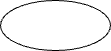
Earlier version of the draw.io export Ejercicios_while/Flujogramas/Flujograma Ejercicio2.drawio.png (juanjo-guerra/FDP_Tarea). Source tidied: cells renumbered, new cells last; positions are measured from the earlier drawing's top-left corner, leaving out a move shared by most shapes. Source of this version:
```xml
<mxGraphModel>
  <root>
    <mxCell id="0" />
    <mxCell id="1" parent="0" />
    <mxCell id="2" style="ellipse;whiteSpace=wrap;html=1;" parent="1" vertex="1">
      <mxGeometry width="110" height="50" as="geometry" />
    </mxCell>
  </root>
</mxGraphModel>
```
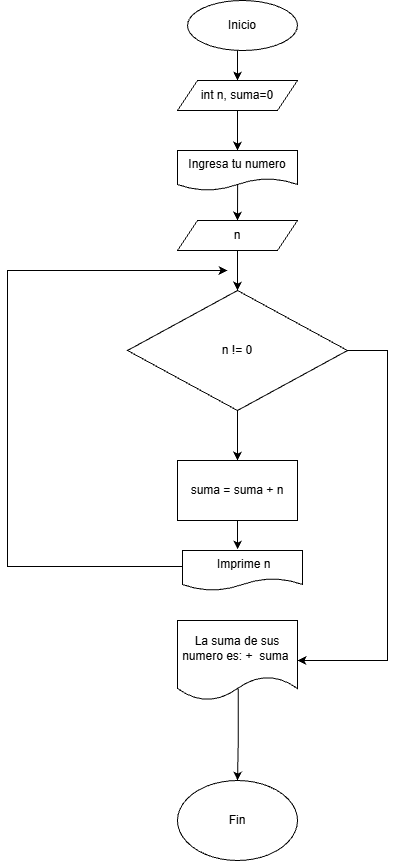
After the change.

Change to the diagram source:
```diff
@@ -2,8 +2,75 @@
   <root>
     <mxCell id="0" />
     <mxCell id="1" parent="0" />
+    <mxCell id="3" style="edgeStyle=orthogonalEdgeStyle;rounded=0;jettySize=auto;html=1;entryX=0.5;entryY=0;entryDx=0;entryDy=0;" parent="1" edge="1" source="2" target="5">
+      <mxGeometry relative="1" as="geometry">
+        <Array as="points">
+          <mxPoint x="50" y="60" />
+          <mxPoint x="50" y="60" />
+        </Array>
+      </mxGeometry>
+    </mxCell>
-    <mxCell id="2" style="ellipse;whiteSpace=wrap;html=1;" parent="1" vertex="1">
+    <mxCell id="2" value="Inicio" style="ellipse;whiteSpace=wrap;html=1;" parent="1" vertex="1">
       <mxGeometry width="110" height="50" as="geometry" />
     </mxCell>
+    <mxCell id="4" style="edgeStyle=orthogonalEdgeStyle;rounded=0;jettySize=auto;html=1;entryX=0.5;entryY=0;entryDx=0;entryDy=0;" parent="1" edge="1" source="5" target="7">
+      <mxGeometry relative="1" as="geometry" />
+    </mxCell>
+    <mxCell id="5" value="int n, suma=0" style="shape=parallelogram;perimeter=parallelogramPerimeter;whiteSpace=wrap;html=1;fixedSize=1;" parent="1" vertex="1">
+      <mxGeometry x="-10" y="80" width="120" height="30" as="geometry" />
+    </mxCell>
+    <mxCell id="6" style="edgeStyle=orthogonalEdgeStyle;rounded=0;jettySize=auto;html=1;entryX=0.5;entryY=0;entryDx=0;entryDy=0;exitX=0.501;exitY=0.852;exitDx=0;exitDy=0;exitPerimeter=0;" parent="1" edge="1" source="7" target="9">
+      <mxGeometry relative="1" as="geometry" />
+    </mxCell>
+    <mxCell id="7" value="Ingresa tu numero" style="shape=document;whiteSpace=wrap;html=1;boundedLbl=1;" parent="1" vertex="1">
+      <mxGeometry x="-10" y="150" width="120" height="40" as="geometry" />
+    </mxCell>
+    <mxCell id="8" style="edgeStyle=orthogonalEdgeStyle;rounded=0;jettySize=auto;html=1;entryX=0.5;entryY=0;entryDx=0;entryDy=0;" parent="1" edge="1" source="9" target="12">
+      <mxGeometry relative="1" as="geometry" />
+    </mxCell>
+    <mxCell id="9" value="n" style="shape=parallelogram;perimeter=parallelogramPerimeter;whiteSpace=wrap;html=1;fixedSize=1;" parent="1" vertex="1">
+      <mxGeometry x="-10" y="220" width="120" height="30" as="geometry" />
+    </mxCell>
+    <mxCell id="10" style="edgeStyle=orthogonalEdgeStyle;rounded=0;jettySize=auto;html=1;entryX=0.5;entryY=0;entryDx=0;entryDy=0;" parent="1" edge="1" source="12" target="13">
+      <mxGeometry relative="1" as="geometry" />
+    </mxCell>
+    <mxCell id="11" style="edgeStyle=orthogonalEdgeStyle;rounded=0;jettySize=auto;html=1;entryX=1;entryY=0.5;entryDx=0;entryDy=0;" parent="1" edge="1" source="12" target="16">
+      <mxGeometry relative="1" as="geometry">
+        <Array as="points">
+          <mxPoint x="200" y="350" />
+          <mxPoint x="200" y="660" />
+        </Array>
+      </mxGeometry>
+    </mxCell>
+    <mxCell id="12" value="n != 0" style="rhombus;whiteSpace=wrap;html=1;" parent="1" vertex="1">
+      <mxGeometry x="-60" y="290" width="220" height="120" as="geometry" />
+    </mxCell>
+    <mxCell id="13" value="suma = suma + n" style="rounded=0;whiteSpace=wrap;html=1;" parent="1" vertex="1">
+      <mxGeometry x="-10" y="460" width="120" height="60" as="geometry" />
+    </mxCell>
+    <mxCell id="14" value="&amp;nbsp;Imprime n" style="shape=document;whiteSpace=wrap;html=1;boundedLbl=1;" parent="1" vertex="1">
+      <mxGeometry x="-5" y="550" width="120" height="40" as="geometry" />
+    </mxCell>
+    <mxCell id="15" style="edgeStyle=orthogonalEdgeStyle;rounded=0;jettySize=auto;html=1;entryX=0.5;entryY=0;entryDx=0;entryDy=0;exitX=0.506;exitY=0.857;exitDx=0;exitDy=0;exitPerimeter=0;" parent="1" edge="1" source="16" target="19">
+      <mxGeometry relative="1" as="geometry" />
+    </mxCell>
+    <mxCell id="16" value="La suma de sus numero es: +&amp;nbsp; suma&amp;nbsp;" style="shape=document;whiteSpace=wrap;html=1;boundedLbl=1;" parent="1" vertex="1">
+      <mxGeometry x="-10" y="620" width="120" height="80" as="geometry" />
+    </mxCell>
+    <mxCell id="17" style="edgeStyle=orthogonalEdgeStyle;rounded=0;jettySize=auto;html=1;entryX=0.459;entryY=-0.025;entryDx=0;entryDy=0;entryPerimeter=0;" parent="1" edge="1" source="13" target="14">
+      <mxGeometry relative="1" as="geometry" />
+    </mxCell>
+    <mxCell id="18" style="endArrow=classic;html=1;rounded=0;exitX=0.001;exitY=0.397;exitDx=0;exitDy=0;exitPerimeter=0;" parent="1" edge="1" source="14">
+      <mxGeometry relative="1" as="geometry">
+        <mxPoint x="40" y="270" as="targetPoint" />
+        <Array as="points">
+          <mxPoint x="-180" y="566" />
+          <mxPoint x="-180" y="270" />
+        </Array>
+      </mxGeometry>
+    </mxCell>
+    <mxCell id="19" value="Fin" style="ellipse;whiteSpace=wrap;html=1;" parent="1" vertex="1">
+      <mxGeometry x="-10" y="780" width="120" height="80" as="geometry" />
+    </mxCell>
   </root>
 </mxGraphModel>
```
